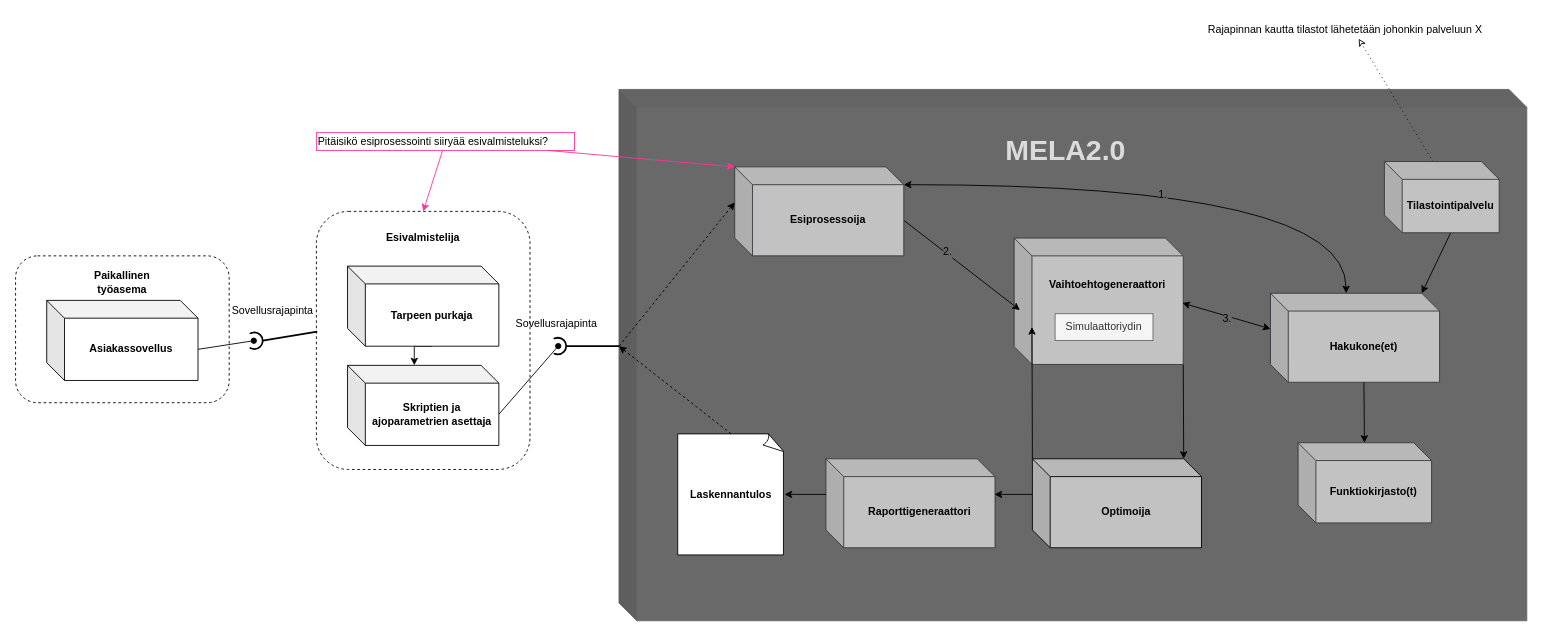
The draw.io diagram Figures/Kayttoliittyma.drawio in R1pe/MELA2.0-Users, before the edit. Source tidied: cells renumbered, new cells numbered last; positions are measured from the earlier drawing's top-left corner, leaving out a move shared by most shapes. Both pictures are drawn from the tidied source at 89%, with x=0, y=0 at pixel (15, 20).
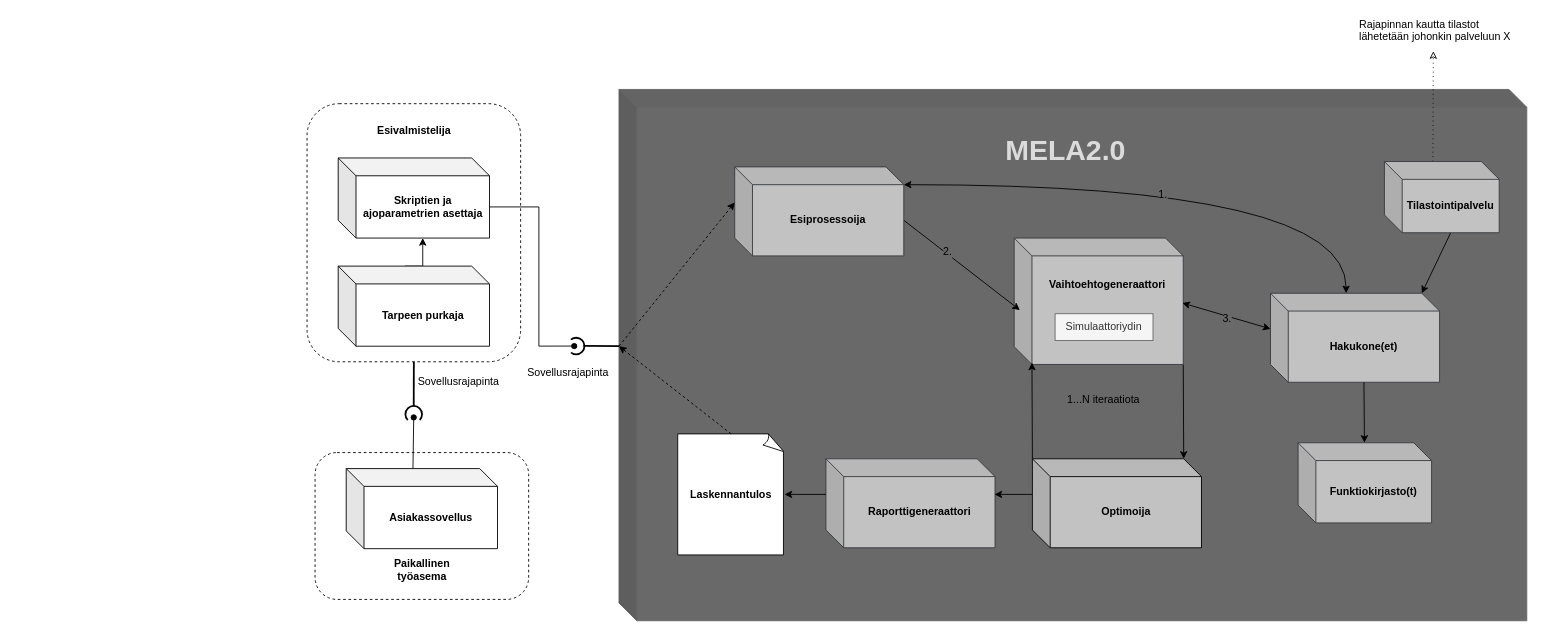
The same diagram, later.

The change refers to these unchanged cells:
```xml
<mxCell id="3" style="shape=cube;whiteSpace=wrap;html=1;boundedLbl=1;backgroundOutline=1;darkOpacity=0.05;darkOpacity2=0.1;fontSize=12;fillColor=#696969;strokeColor=#666666;fontColor=#333333;" parent="1" vertex="1">
  <mxGeometry x="678" y="77" width="1020" height="597" as="geometry" />
</mxCell>
<mxCell id="7" value="&lt;div&gt;Vaihtoehtogeneraattori&lt;/div&gt;&lt;div&gt;&lt;br&gt;&lt;/div&gt;&lt;div&gt;&lt;br&gt;&lt;/div&gt;&lt;div&gt;&lt;br&gt;&lt;/div&gt;&lt;div&gt;&lt;br&gt;&lt;/div&gt;" style="shape=cube;whiteSpace=wrap;html=1;boundedLbl=1;backgroundOutline=1;darkOpacity=0.05;darkOpacity2=0.1;fontSize=12;fillColor=#C2C2C2;strokeColor=#36393d;fontStyle=1;" parent="1" vertex="1">
  <mxGeometry x="1122" y="244" width="190" height="142" as="geometry" />
</mxCell>
<mxCell id="12" value="Optimoija" style="shape=cube;whiteSpace=wrap;html=1;boundedLbl=1;backgroundOutline=1;darkOpacity=0.05;darkOpacity2=0.1;fontSize=12;fillColor=#C2C2C2;strokeColor=#000000;fontStyle=1;" parent="1" vertex="1">
  <mxGeometry x="1142.5" y="492" width="190" height="100" as="geometry" />
</mxCell>
<mxCell id="20" value="Esiprosessoija" style="shape=cube;whiteSpace=wrap;html=1;boundedLbl=1;backgroundOutline=1;darkOpacity=0.05;darkOpacity2=0.1;fontSize=12;fillColor=#C2C2C2;strokeColor=#36393d;fontStyle=1;" parent="1" vertex="1">
  <mxGeometry x="808" y="164" width="190" height="100" as="geometry" />
</mxCell>
<mxCell id="39" style="ellipse;whiteSpace=wrap;html=1;shadow=0;strokeColor=none;fillColor=#ffffff;direction=east;rotation=-90;" parent="1" vertex="1">
  <mxGeometry x="249" y="350" width="18.7" height="18.7" as="geometry" />
</mxCell>
<mxCell id="49" value="Tilastointipalvelu" style="shape=cube;whiteSpace=wrap;html=1;boundedLbl=1;backgroundOutline=1;darkOpacity=0.05;darkOpacity2=0.1;fontSize=12;fillColor=#C2C2C2;strokeColor=#36393d;fontStyle=1;" parent="1" vertex="1">
  <mxGeometry x="1538" y="158" width="129" height="80" as="geometry" />
</mxCell>
```

Diff of the diagram source:
```diff
@@
     <mxCell id="2" style="rounded=1;whiteSpace=wrap;html=1;dashed=1;" parent="1" vertex="1">
-      <mxGeometry x="338" y="214" width="240" height="290" as="geometry" />
+      <mxGeometry x="327.5" y="93" width="240" height="290" as="geometry" />
     </mxCell>
@@
-    <mxCell id="10" style="edgeStyle=none;rounded=0;jettySize=auto;html=1;exitX=0;exitY=0;exitDx=0;exitDy=0;exitPerimeter=0;entryX=0;entryY=0;entryDx=20;entryDy=100;entryPerimeter=0;fontSize=12;fontColor=#000000;" parent="1" edge="1" source="12" target="7">
-      <mxGeometry relative="1" as="geometry" />
+    <mxCell id="10" style="edgeStyle=none;rounded=0;jettySize=auto;html=1;exitX=0;exitY=0;exitDx=0;exitDy=0;exitPerimeter=0;fontSize=12;fontColor=#000000;" parent="1" edge="1" source="12">
+      <mxGeometry relative="1" as="geometry">
+        <mxPoint x="1142" y="384" as="targetPoint" />
+      </mxGeometry>
     </mxCell>
@@
-    <mxCell id="21" style="edgeStyle=orthogonalEdgeStyle;rounded=0;jettySize=auto;html=1;exitX=0;exitY=0;exitDx=95;exitDy=90;exitPerimeter=0;entryX=0;entryY=0;entryDx=75;entryDy=0;entryPerimeter=0;" parent="1" edge="1" source="22" target="33">
+    <mxCell id="21" style="edgeStyle=orthogonalEdgeStyle;rounded=0;jettySize=auto;html=1;exitX=0;exitY=0;exitDx=75;exitDy=0;exitPerimeter=0;entryX=0;entryY=0;entryDx=95;entryDy=90;entryPerimeter=0;" parent="1" edge="1" source="22" target="33">
       <mxGeometry relative="1" as="geometry" />
     </mxCell>
     <mxCell id="22" value="Tarpeen purkaja" style="shape=cube;whiteSpace=wrap;html=1;boundedLbl=1;backgroundOutline=1;darkOpacity=0.05;darkOpacity2=0.1;fontSize=12;fontStyle=1;" parent="1" vertex="1">
-      <mxGeometry x="373" y="275.5" width="170" height="90" as="geometry" />
+      <mxGeometry x="362.5" y="275.5" width="170" height="90" as="geometry" />
     </mxCell>
@@
     <mxCell id="25" style="ellipse;whiteSpace=wrap;html=1;shadow=0;strokeColor=#000000;fillColor=#ffffff;direction=east;rotation=-90;strokeWidth=2;" parent="1" vertex="1">
-      <mxGeometry x="600" y="356" width="18.7" height="18.7" as="geometry" />
+      <mxGeometry x="620.5" y="356" width="18.7" height="18.7" as="geometry" />
     </mxCell>
     <mxCell id="26" style="ellipse;whiteSpace=wrap;html=1;shadow=0;strokeColor=none;fillColor=#ffffff;direction=east;rotation=-90;" parent="1" vertex="1">
-      <mxGeometry x="591" y="356" width="18.7" height="18.7" as="geometry" />
+      <mxGeometry x="609" y="356" width="18.7" height="18.7" as="geometry" />
     </mxCell>
-    <mxCell id="27" style="endArrow=none;html=1;entryX=0.5;entryY=1;entryDx=0;entryDy=0;exitX=0;exitY=0;exitDx=0;exitDy=288.5;exitPerimeter=0;strokeWidth=2;" parent="1" edge="1" source="3" target="25">
-      <mxGeometry relative="1" as="geometry" />
+    <mxCell id="27" style="endArrow=none;html=1;exitX=0;exitY=0;exitDx=0;exitDy=288.5;exitPerimeter=0;strokeWidth=2;" parent="1" edge="1" source="3">
+      <mxGeometry relative="1" as="geometry">
+        <mxPoint x="638" y="365" as="targetPoint" />
+      </mxGeometry>
     </mxCell>
     <mxCell id="28" value="Sovellusrajapinta" style="text;html=1;strokeColor=none;fillColor=none;align=center;verticalAlign=middle;whiteSpace=wrap;rounded=0;" parent="1" vertex="1">
-      <mxGeometry x="588" y="330" width="40" height="20" as="geometry" />
+      <mxGeometry x="600.5" y="386" width="40" height="20" as="geometry" />
     </mxCell>
@@
     <mxCell id="31" value="Esivalmistelija" style="text;html=1;strokeColor=none;fillColor=none;align=center;verticalAlign=middle;whiteSpace=wrap;rounded=0;fontStyle=1;" parent="1" vertex="1">
-      <mxGeometry x="438" y="234" width="40" height="20" as="geometry" />
+      <mxGeometry x="427.5" y="113" width="40" height="20" as="geometry" />
     </mxCell>
-    <mxCell id="32" style="rounded=0;jettySize=auto;html=1;exitX=0;exitY=0;exitDx=170;exitDy=55;exitPerimeter=0;entryX=0.5;entryY=1;entryDx=0;entryDy=0;endArrow=oval;endFill=1;" parent="1" edge="1" source="33" target="26">
-      <mxGeometry relative="1" as="geometry" />
+    <mxCell id="32" style="edgeStyle=orthogonalEdgeStyle;rounded=0;jettySize=auto;html=1;exitX=0;exitY=0;exitDx=170;exitDy=55;exitPerimeter=0;entryX=0.5;entryY=1;entryDx=0;entryDy=0;endArrow=oval;endFill=1;" parent="1" edge="1" source="33" target="26">
+      <mxGeometry relative="1" as="geometry">
+        <Array as="points">
+          <mxPoint x="588" y="209" />
+          <mxPoint x="588" y="365" />
+        </Array>
+      </mxGeometry>
     </mxCell>
     <mxCell id="33" value="Skriptien ja ajoparametrien asettaja" style="shape=cube;whiteSpace=wrap;html=1;boundedLbl=1;backgroundOutline=1;darkOpacity=0.05;darkOpacity2=0.1;fontSize=12;fontStyle=1;" parent="1" vertex="1">
-      <mxGeometry x="373" y="387" width="170" height="90" as="geometry" />
+      <mxGeometry x="362.5" y="154" width="170" height="90" as="geometry" />
     </mxCell>
     <mxCell id="34" style="rounded=1;whiteSpace=wrap;html=1;dashed=1;" parent="1" vertex="1">
-      <mxGeometry y="264" width="240" height="165" as="geometry" />
+      <mxGeometry x="336.5" y="485" width="240" height="165" as="geometry" />
     </mxCell>
     <mxCell id="35" value="Asiakassovellus" style="shape=cube;whiteSpace=wrap;html=1;boundedLbl=1;backgroundOutline=1;darkOpacity=0.05;darkOpacity2=0.1;fontSize=12;fontStyle=1;" parent="1" vertex="1">
-      <mxGeometry x="35" y="314" width="170" height="90" as="geometry" />
+      <mxGeometry x="371.5" y="503" width="170" height="90" as="geometry" />
     </mxCell>
     <mxCell id="36" value="Paikallinen työasema" style="text;html=1;strokeColor=none;fillColor=none;align=center;verticalAlign=middle;whiteSpace=wrap;rounded=0;fontStyle=1;" parent="1" vertex="1">
-      <mxGeometry x="100" y="284" width="40" height="20" as="geometry" />
+      <mxGeometry x="436.5" y="607" width="40" height="20" as="geometry" />
     </mxCell>
     <mxCell id="37" style="ellipse;whiteSpace=wrap;html=1;shadow=0;strokeColor=#000000;fillColor=#ffffff;direction=east;rotation=-90;strokeWidth=2;" parent="1" vertex="1">
-      <mxGeometry x="259" y="350" width="18.7" height="18.7" as="geometry" />
+      <mxGeometry x="438" y="432.5" width="18.7" height="18.7" as="geometry" />
     </mxCell>
-    <mxCell id="38" style="endArrow=none;html=1;entryX=0.5;entryY=1;entryDx=0;entryDy=0;exitX=0.004;exitY=0.466;exitDx=0;exitDy=0;exitPerimeter=0;strokeWidth=2;" parent="1" edge="1" source="2" target="37">
-      <mxGeometry relative="1" as="geometry" />
+    <mxCell id="38" style="endArrow=none;html=1;entryX=1;entryY=0.5;entryDx=0;entryDy=0;strokeWidth=2;" parent="1" edge="1" target="37">
+      <mxGeometry relative="1" as="geometry">
+        <mxPoint x="447.5" y="383" as="sourcePoint" />
+      </mxGeometry>
     </mxCell>
@@
-    <mxCell id="40" style="edgeStyle=none;rounded=0;jettySize=auto;html=1;exitX=0;exitY=0;exitDx=170;exitDy=55;exitPerimeter=0;entryX=0.5;entryY=1;entryDx=0;entryDy=0;endArrow=oval;endFill=1;" parent="1" edge="1" source="35" target="39">
-      <mxGeometry relative="1" as="geometry" />
-    </mxCell>
     <mxCell id="41" value="Sovellusrajapinta" style="text;html=1;strokeColor=none;fillColor=none;align=center;verticalAlign=middle;whiteSpace=wrap;rounded=0;" parent="1" vertex="1">
-      <mxGeometry x="268.5" y="316" width="40" height="20" as="geometry" />
+      <mxGeometry x="478" y="396" width="40" height="20" as="geometry" />
     </mxCell>
@@
-    <mxCell id="44" style="edgeStyle=none;rounded=0;jettySize=auto;html=1;entryX=0;entryY=0;entryDx=0;entryDy=0;entryPerimeter=0;startArrow=none;startFill=0;endArrow=classic;endFill=1;strokeColor=#FF3399;" parent="1" edge="1" source="46" target="20">
-      <mxGeometry relative="1" as="geometry" />
-    </mxCell>
-    <mxCell id="45" style="edgeStyle=none;rounded=0;jettySize=auto;html=1;entryX=0.5;entryY=0;entryDx=0;entryDy=0;startArrow=none;startFill=0;endArrow=classic;endFill=1;strokeColor=#FF3399;" parent="1" edge="1" source="46" target="2">
-      <mxGeometry relative="1" as="geometry" />
-    </mxCell>
-    <mxCell id="46" value="Pitäisikö esiprosessointi siiryää esivalmisteluksi?" style="text;html=1;points=[];align=left;verticalAlign=top;spacingTop=-4;strokeColor=#FF3399;" parent="1" vertex="1">
-      <mxGeometry x="338" y="125.5" width="290" height="20" as="geometry" />
-    </mxCell>
@@
-    <mxCell id="48" style="edgeStyle=none;rounded=0;jettySize=auto;html=1;exitX=0;exitY=0;exitDx=54.5;exitDy=0;exitPerimeter=0;startArrow=none;startFill=0;endArrow=classic;endFill=0;strokeColor=#000000;dashed=1;dashPattern=1 4;" parent="1" edge="1" source="49" target="50">
-      <mxGeometry relative="1" as="geometry" />
+    <mxCell id="48" style="edgeStyle=none;rounded=0;jettySize=auto;html=1;exitX=0;exitY=0;exitDx=54.5;exitDy=0;exitPerimeter=0;startArrow=none;startFill=0;endArrow=classic;endFill=0;strokeColor=#000000;dashed=1;dashPattern=1 4;" parent="1" edge="1" source="49">
+      <mxGeometry relative="1" as="geometry">
+        <mxPoint x="1593" y="34" as="targetPoint" />
+      </mxGeometry>
     </mxCell>
@@
-    <mxCell id="50" value="Rajapinnan kautta tilastot lähetetään johonkin palveluun X" style="text;html=1;points=[];align=left;verticalAlign=top;spacingTop=-4;" parent="1" vertex="1">
-      <mxGeometry x="1338" width="330" height="20" as="geometry" />
+    <mxCell id="50" value="&lt;div&gt;Rajapinnan kautta tilastot&lt;/div&gt;&lt;div&gt; lähetetään johonkin palveluun X&lt;/div&gt;" style="text;html=1;points=[];align=left;verticalAlign=top;spacingTop=-4;" parent="1" vertex="1">
+      <mxGeometry x="1507.5" y="-6" width="190" height="30" as="geometry" />
     </mxCell>
+    <mxCell id="51" style="ellipse;whiteSpace=wrap;html=1;shadow=0;strokeColor=none;fillColor=#ffffff;direction=east;rotation=-90;" parent="1" vertex="1">
+      <mxGeometry x="438" y="445.5" width="18.7" height="18.7" as="geometry" />
+    </mxCell>
+    <mxCell id="40" style="edgeStyle=none;rounded=0;jettySize=auto;html=1;exitX=0;exitY=0;exitDx=75;exitDy=0;exitPerimeter=0;entryX=1;entryY=0.5;entryDx=0;entryDy=0;endArrow=oval;endFill=1;" parent="1" edge="1" source="35" target="51">
+      <mxGeometry relative="1" as="geometry" />
+    </mxCell>
+    <mxCell id="52" value="1...N iteraatiota" style="text;html=1;align=left;verticalAlign=top;spacingTop=-4;" parent="1" vertex="1">
+      <mxGeometry x="1180" y="415.5" width="100" height="20" as="geometry" />
+    </mxCell>
```
